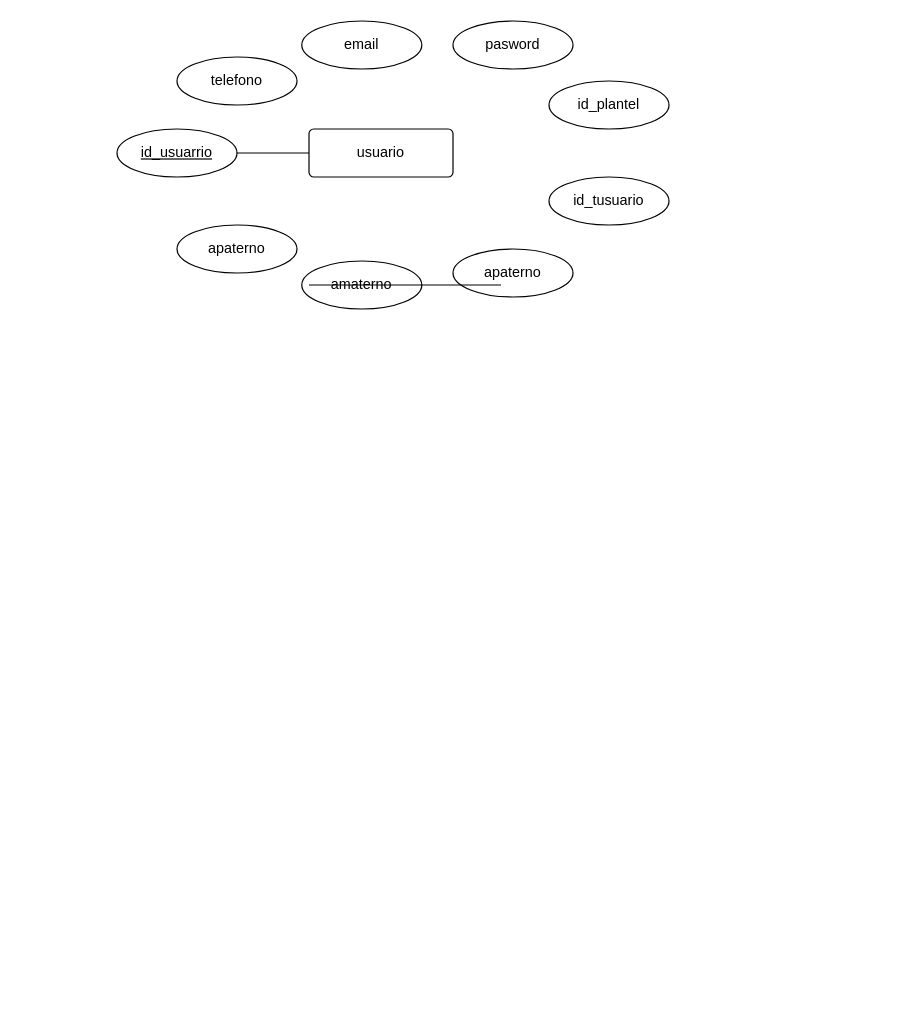
This is page "enntidad relacion" (1 of 2) of Diagrama sin título.drawio from mhsvictor/bd405, a draw.io file, before an edit. Source tidied: cells renumbered, new cells numbered last; positions are measured from the earlier drawing's top-left corner, leaving out a move shared by most shapes. Both pictures are drawn from the tidied source at 120%, with x=0, y=0 at pixel (116, 20).
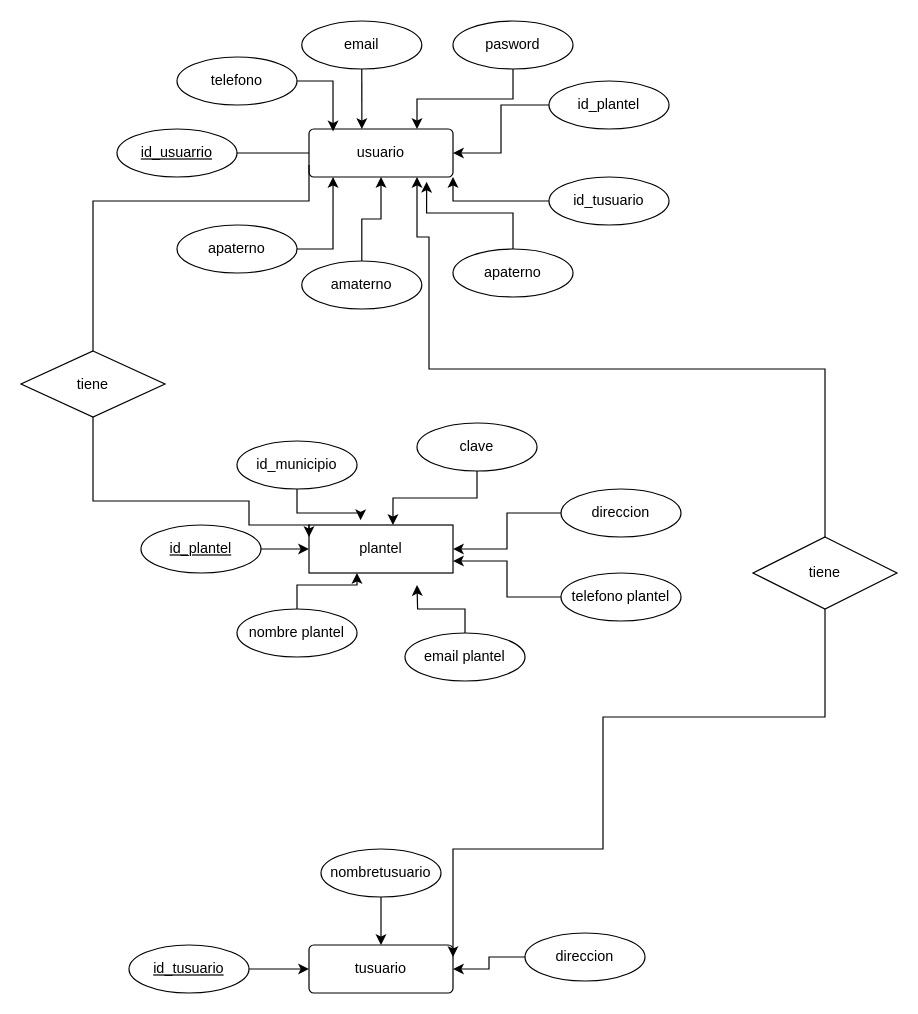
The same page after the edit.

Unchanged cells that the change refers to:
```xml
<mxCell id="2" value="usuario" style="rounded=1;arcSize=10;whiteSpace=wrap;html=1;align=center;" parent="1" vertex="1">
  <mxGeometry x="160" y="90" width="120" height="40" as="geometry" />
</mxCell>
<mxCell id="4" value="telefono" style="ellipse;whiteSpace=wrap;html=1;align=center;" parent="1" vertex="1">
  <mxGeometry x="50" y="30" width="100" height="40" as="geometry" />
</mxCell>
<mxCell id="5" value="email" style="ellipse;whiteSpace=wrap;html=1;align=center;" parent="1" vertex="1">
  <mxGeometry x="154" width="100" height="40" as="geometry" />
</mxCell>
<mxCell id="6" value="pasword" style="ellipse;whiteSpace=wrap;html=1;align=center;" parent="1" vertex="1">
  <mxGeometry x="280" width="100" height="40" as="geometry" />
</mxCell>
<mxCell id="7" value="id_plantel" style="ellipse;whiteSpace=wrap;html=1;align=center;" parent="1" vertex="1">
  <mxGeometry x="360" y="50" width="100" height="40" as="geometry" />
</mxCell>
<mxCell id="8" value="id_tusuario" style="ellipse;whiteSpace=wrap;html=1;align=center;" parent="1" vertex="1">
  <mxGeometry x="360" y="130" width="100" height="40" as="geometry" />
</mxCell>
<mxCell id="9" value="apaterno" style="ellipse;whiteSpace=wrap;html=1;align=center;" parent="1" vertex="1">
  <mxGeometry x="280" y="190" width="100" height="40" as="geometry" />
</mxCell>
<mxCell id="10" value="apaterno" style="ellipse;whiteSpace=wrap;html=1;align=center;" parent="1" vertex="1">
  <mxGeometry x="50" y="170" width="100" height="40" as="geometry" />
</mxCell>
<mxCell id="11" value="amaterno" style="ellipse;whiteSpace=wrap;html=1;align=center;" parent="1" vertex="1">
  <mxGeometry x="154" y="200" width="100" height="40" as="geometry" />
</mxCell>
```

Diff of the diagram source:
```diff
@@
+    <mxCell id="14" style="edgeStyle=orthogonalEdgeStyle;rounded=0;jettySize=auto;html=1;entryX=0.167;entryY=0.05;entryDx=0;entryDy=0;entryPerimeter=0;" parent="1" edge="1" source="4" target="2">
+      <mxGeometry relative="1" as="geometry" />
+    </mxCell>
@@
+    <mxCell id="15" style="edgeStyle=orthogonalEdgeStyle;rounded=0;jettySize=auto;html=1;entryX=0.367;entryY=0;entryDx=0;entryDy=0;entryPerimeter=0;" parent="1" edge="1" source="5" target="2">
+      <mxGeometry relative="1" as="geometry" />
+    </mxCell>
@@
+    <mxCell id="16" style="edgeStyle=orthogonalEdgeStyle;rounded=0;jettySize=auto;html=1;entryX=0.75;entryY=0;entryDx=0;entryDy=0;" parent="1" edge="1" source="6" target="2">
+      <mxGeometry relative="1" as="geometry" />
+    </mxCell>
@@
+    <mxCell id="17" style="edgeStyle=orthogonalEdgeStyle;rounded=0;jettySize=auto;html=1;entryX=1;entryY=0.5;entryDx=0;entryDy=0;" parent="1" edge="1" source="7" target="2">
+      <mxGeometry relative="1" as="geometry" />
+    </mxCell>
@@
+    <mxCell id="18" style="edgeStyle=orthogonalEdgeStyle;rounded=0;jettySize=auto;html=1;entryX=1;entryY=1;entryDx=0;entryDy=0;" parent="1" edge="1" source="8" target="2">
+      <mxGeometry relative="1" as="geometry" />
+    </mxCell>
@@
+    <mxCell id="19" style="edgeStyle=orthogonalEdgeStyle;rounded=0;jettySize=auto;html=1;entryX=0.817;entryY=1.1;entryDx=0;entryDy=0;entryPerimeter=0;" parent="1" edge="1" source="9" target="2">
+      <mxGeometry relative="1" as="geometry" />
+    </mxCell>
@@
+    <mxCell id="20" style="edgeStyle=orthogonalEdgeStyle;rounded=0;jettySize=auto;html=1;entryX=0.167;entryY=1;entryDx=0;entryDy=0;entryPerimeter=0;" parent="1" edge="1" source="10" target="2">
+      <mxGeometry relative="1" as="geometry" />
+    </mxCell>
@@
+    <mxCell id="21" style="edgeStyle=orthogonalEdgeStyle;rounded=0;jettySize=auto;html=1;" parent="1" edge="1" source="11" target="2">
+      <mxGeometry relative="1" as="geometry" />
+    </mxCell>
@@
-    <mxCell id="13" style="endArrow=none;html=1;rounded=0;" parent="1" edge="1">
-      <mxGeometry relative="1" as="geometry">
-        <mxPoint x="160" y="220" as="sourcePoint" />
-        <mxPoint x="320" y="220" as="targetPoint" />
-      </mxGeometry>
-    </mxCell>
+    <mxCell id="22" value="plantel" style="whiteSpace=wrap;html=1;align=center;" parent="1" vertex="1">
+      <mxGeometry x="160" y="420" width="120" height="40" as="geometry" />
+    </mxCell>
+    <mxCell id="23" style="edgeStyle=orthogonalEdgeStyle;rounded=0;jettySize=auto;html=1;" parent="1" edge="1" source="24" target="22">
+      <mxGeometry relative="1" as="geometry" />
+    </mxCell>
+    <mxCell id="24" value="id_plantel" style="ellipse;whiteSpace=wrap;html=1;align=center;fontStyle=4;" parent="1" vertex="1">
+      <mxGeometry x="20" y="420" width="100" height="40" as="geometry" />
+    </mxCell>
+    <mxCell id="25" style="edgeStyle=orthogonalEdgeStyle;rounded=0;jettySize=auto;html=1;entryX=0.358;entryY=-0.1;entryDx=0;entryDy=0;entryPerimeter=0;" parent="1" edge="1" source="26" target="22">
+      <mxGeometry relative="1" as="geometry" />
+    </mxCell>
+    <mxCell id="26" value="id_municipio" style="ellipse;whiteSpace=wrap;html=1;align=center;" parent="1" vertex="1">
+      <mxGeometry x="100" y="350" width="100" height="40" as="geometry" />
+    </mxCell>
+    <mxCell id="27" style="edgeStyle=orthogonalEdgeStyle;rounded=0;jettySize=auto;html=1;entryX=0.583;entryY=0;entryDx=0;entryDy=0;entryPerimeter=0;" parent="1" edge="1" source="28" target="22">
+      <mxGeometry relative="1" as="geometry" />
+    </mxCell>
+    <mxCell id="28" value="clave" style="ellipse;whiteSpace=wrap;html=1;align=center;" parent="1" vertex="1">
+      <mxGeometry x="250" y="335" width="100" height="40" as="geometry" />
+    </mxCell>
+    <mxCell id="29" style="edgeStyle=orthogonalEdgeStyle;rounded=0;jettySize=auto;html=1;entryX=1;entryY=0.5;entryDx=0;entryDy=0;" parent="1" edge="1" source="30" target="22">
+      <mxGeometry relative="1" as="geometry" />
+    </mxCell>
+    <mxCell id="30" value="direccion" style="ellipse;whiteSpace=wrap;html=1;align=center;" parent="1" vertex="1">
+      <mxGeometry x="370" y="390" width="100" height="40" as="geometry" />
+    </mxCell>
+    <mxCell id="31" style="edgeStyle=orthogonalEdgeStyle;rounded=0;jettySize=auto;html=1;entryX=0.333;entryY=1;entryDx=0;entryDy=0;entryPerimeter=0;" parent="1" edge="1" source="32" target="22">
+      <mxGeometry relative="1" as="geometry" />
+    </mxCell>
+    <mxCell id="32" value="nombre plantel" style="ellipse;whiteSpace=wrap;html=1;align=center;" parent="1" vertex="1">
+      <mxGeometry x="100" y="490" width="100" height="40" as="geometry" />
+    </mxCell>
+    <mxCell id="33" style="edgeStyle=orthogonalEdgeStyle;rounded=0;jettySize=auto;html=1;" parent="1" edge="1" source="34">
+      <mxGeometry relative="1" as="geometry">
+        <mxPoint x="250" y="470" as="targetPoint" />
+      </mxGeometry>
+    </mxCell>
+    <mxCell id="34" value="email plantel" style="ellipse;whiteSpace=wrap;html=1;align=center;" parent="1" vertex="1">
+      <mxGeometry x="240" y="510" width="100" height="40" as="geometry" />
+    </mxCell>
+    <mxCell id="35" style="edgeStyle=orthogonalEdgeStyle;rounded=0;jettySize=auto;html=1;entryX=1;entryY=0.75;entryDx=0;entryDy=0;" parent="1" edge="1" source="36" target="22">
+      <mxGeometry relative="1" as="geometry" />
+    </mxCell>
+    <mxCell id="36" value="telefono plantel" style="ellipse;whiteSpace=wrap;html=1;align=center;" parent="1" vertex="1">
+      <mxGeometry x="370" y="460" width="100" height="40" as="geometry" />
+    </mxCell>
+    <mxCell id="37" style="edgeStyle=orthogonalEdgeStyle;rounded=0;jettySize=auto;html=1;entryX=0;entryY=0.75;entryDx=0;entryDy=0;endArrow=none;endFill=0;" parent="1" edge="1" source="39" target="2">
+      <mxGeometry relative="1" as="geometry">
+        <Array as="points">
+          <mxPoint x="-20" y="150" />
+          <mxPoint x="160" y="150" />
+        </Array>
+      </mxGeometry>
+    </mxCell>
+    <mxCell id="38" style="edgeStyle=orthogonalEdgeStyle;rounded=0;jettySize=auto;html=1;entryX=0;entryY=0.25;entryDx=0;entryDy=0;" parent="1" edge="1" source="39" target="22">
+      <mxGeometry relative="1" as="geometry">
+        <Array as="points">
+          <mxPoint x="-20" y="400" />
+          <mxPoint x="110" y="400" />
+          <mxPoint x="110" y="420" />
+          <mxPoint x="160" y="420" />
+        </Array>
+      </mxGeometry>
+    </mxCell>
+    <mxCell id="39" value="tiene" style="shape=rhombus;perimeter=rhombusPerimeter;whiteSpace=wrap;html=1;align=center;" parent="1" vertex="1">
+      <mxGeometry x="-80" y="275" width="120" height="55" as="geometry" />
+    </mxCell>
+    <mxCell id="40" value="tusuario" style="rounded=1;arcSize=10;whiteSpace=wrap;html=1;align=center;" parent="1" vertex="1">
+      <mxGeometry x="160" y="770" width="120" height="40" as="geometry" />
+    </mxCell>
+    <mxCell id="41" style="edgeStyle=orthogonalEdgeStyle;rounded=0;jettySize=auto;html=1;entryX=0;entryY=0.5;entryDx=0;entryDy=0;" parent="1" edge="1" source="42" target="40">
+      <mxGeometry relative="1" as="geometry" />
+    </mxCell>
+    <mxCell id="42" value="id_tusuario" style="ellipse;whiteSpace=wrap;html=1;align=center;fontStyle=4;" parent="1" vertex="1">
+      <mxGeometry x="10" y="770" width="100" height="40" as="geometry" />
+    </mxCell>
+    <mxCell id="43" style="edgeStyle=orthogonalEdgeStyle;rounded=0;jettySize=auto;html=1;" parent="1" edge="1" source="44" target="40">
+      <mxGeometry relative="1" as="geometry" />
+    </mxCell>
+    <mxCell id="44" value="nombretusuario" style="ellipse;whiteSpace=wrap;html=1;align=center;" parent="1" vertex="1">
+      <mxGeometry x="170" y="690" width="100" height="40" as="geometry" />
+    </mxCell>
+    <mxCell id="45" style="edgeStyle=orthogonalEdgeStyle;rounded=0;jettySize=auto;html=1;" parent="1" edge="1" source="46" target="40">
+      <mxGeometry relative="1" as="geometry" />
+    </mxCell>
+    <mxCell id="46" value="direccion" style="ellipse;whiteSpace=wrap;html=1;align=center;" parent="1" vertex="1">
+      <mxGeometry x="340" y="760" width="100" height="40" as="geometry" />
+    </mxCell>
+    <mxCell id="47" style="edgeStyle=orthogonalEdgeStyle;rounded=0;jettySize=auto;html=1;entryX=1;entryY=0.25;entryDx=0;entryDy=0;" parent="1" edge="1" source="49" target="40">
+      <mxGeometry relative="1" as="geometry">
+        <Array as="points">
+          <mxPoint x="590" y="580" />
+          <mxPoint x="405" y="580" />
+          <mxPoint x="405" y="690" />
+          <mxPoint x="280" y="690" />
+        </Array>
+      </mxGeometry>
+    </mxCell>
+    <mxCell id="48" style="edgeStyle=orthogonalEdgeStyle;rounded=0;jettySize=auto;html=1;entryX=0.75;entryY=1;entryDx=0;entryDy=0;" parent="1" edge="1" source="49" target="2">
+      <mxGeometry relative="1" as="geometry">
+        <Array as="points">
+          <mxPoint x="590" y="290" />
+          <mxPoint x="260" y="290" />
+          <mxPoint x="260" y="180" />
+          <mxPoint x="250" y="180" />
+        </Array>
+      </mxGeometry>
+    </mxCell>
+    <mxCell id="49" value="tiene" style="shape=rhombus;perimeter=rhombusPerimeter;whiteSpace=wrap;html=1;align=center;" parent="1" vertex="1">
+      <mxGeometry x="530" y="430" width="120" height="60" as="geometry" />
+    </mxCell>
```
